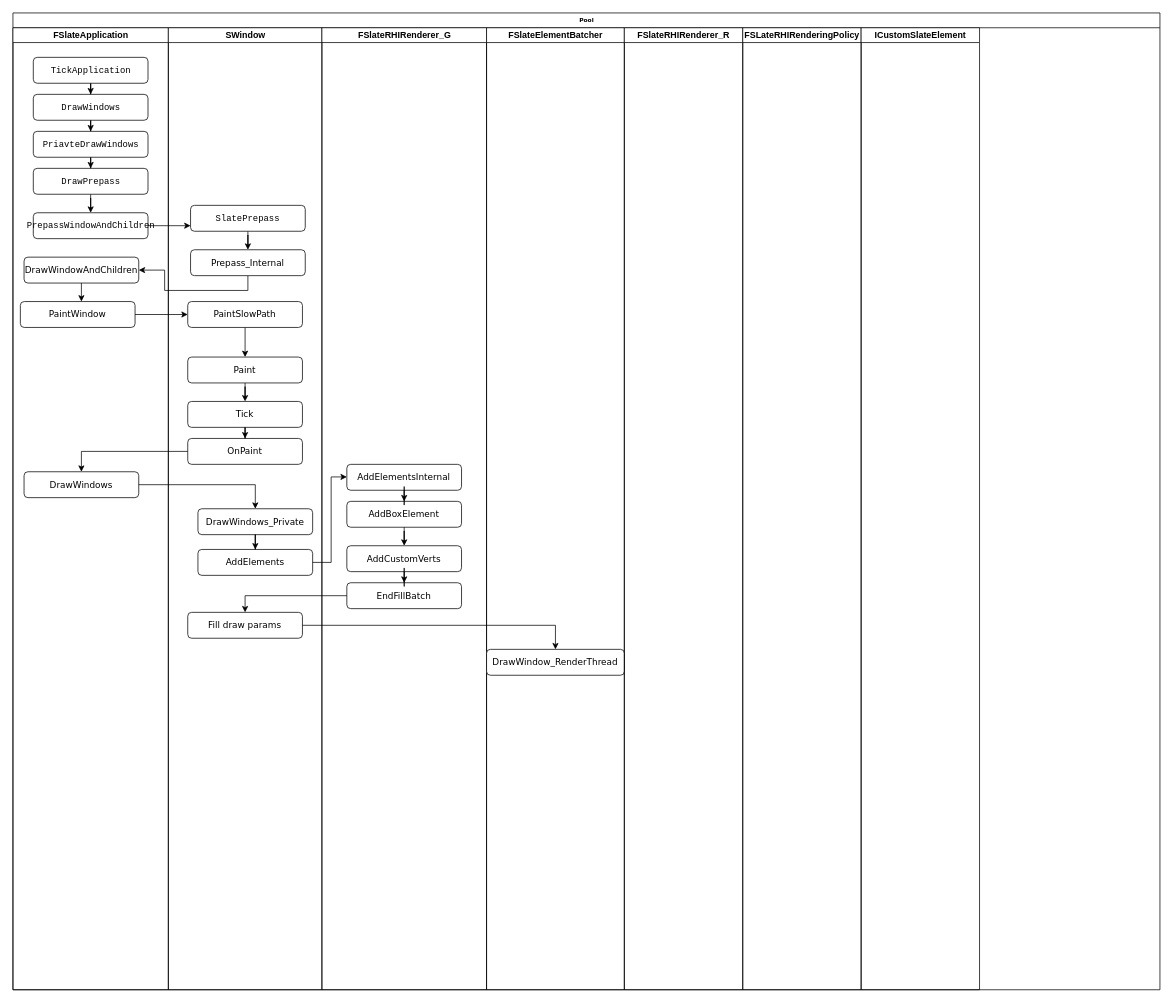
fdaf11/UML keeps this draw.io diagram as Slate绘制.drawio. Above is the earlier version. Source tidied: cells renumbered, new cells numbered last; positions are measured from the earlier drawing's top-left corner, leaving out a move shared by most shapes. Both pictures are drawn from the tidied source at 74%, with x=0, y=0 at pixel (13, 13).
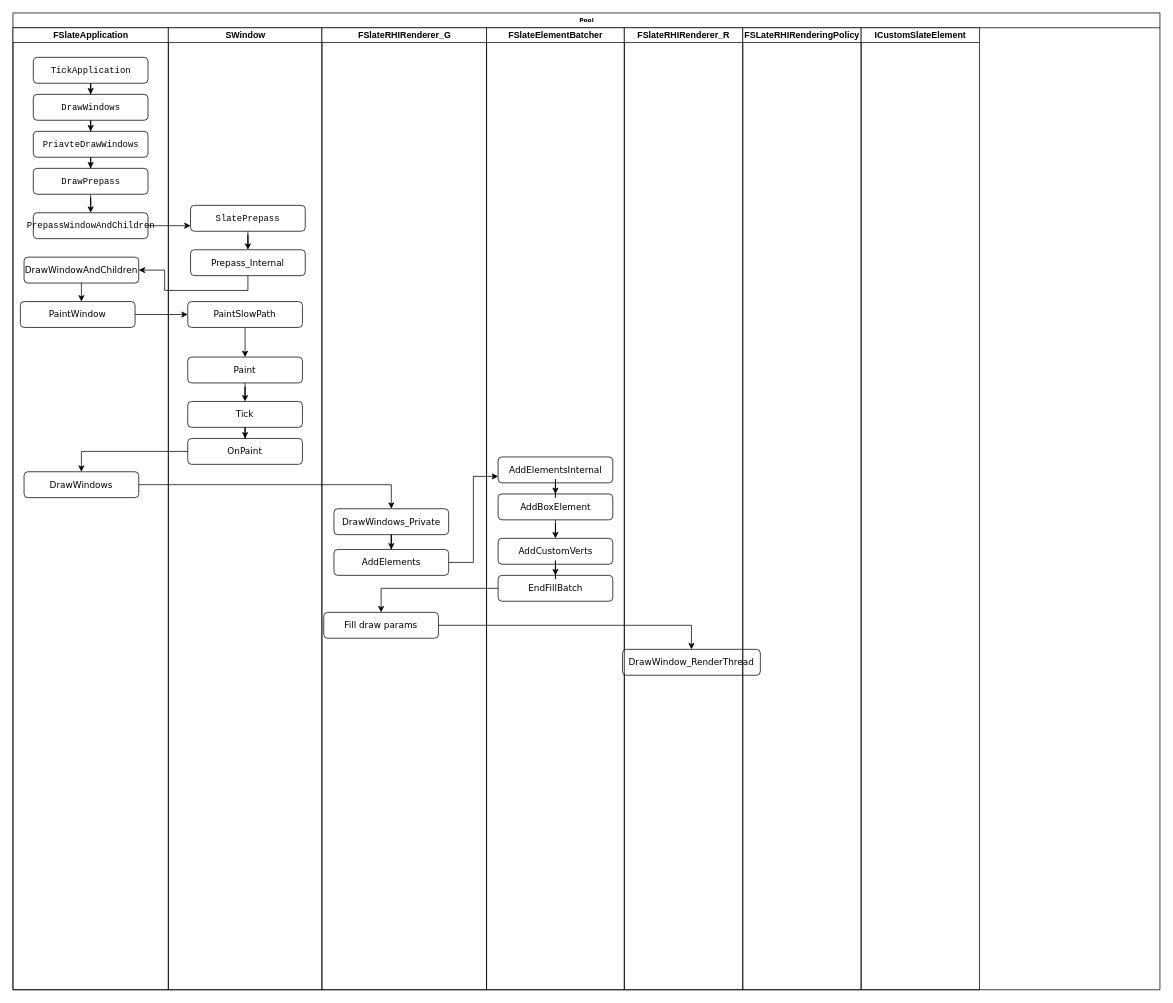
The same page after the edit.

Unchanged cells that the change refers to:
```xml
<mxCell id="28" value="FSlateElementBatcher" style="swimlane;html=1;startSize=20;" parent="2" vertex="1">
  <mxGeometry x="640" y="20" width="186.2" height="1300" as="geometry" />
</mxCell>
```

The edit, as a diff of the source:
```diff
@@
     <mxCell id="30" value="&lt;span style=&quot;font-size: 12px;&quot;&gt;DrawWindows_Priv&lt;/span&gt;&lt;span style=&quot;font-size: 12px;&quot;&gt;a&lt;/span&gt;&lt;span style=&quot;font-size: 12px;&quot;&gt;te&lt;/span&gt;" style="rounded=1;whiteSpace=wrap;html=1;shadow=0;labelBackgroundColor=none;strokeWidth=1;fontFamily=Verdana;fontSize=8;align=center;" parent="28" vertex="1">
-      <mxGeometry x="-390" y="650" width="155" height="35" as="geometry" />
+      <mxGeometry x="-206.2" y="650" width="155" height="35" as="geometry" />
     </mxCell>
+    <mxCell id="44" style="edgeStyle=orthogonalEdgeStyle;rounded=0;jettySize=auto;html=1;exitX=1;exitY=0.5;exitDx=0;exitDy=0;entryX=0;entryY=0.75;entryDx=0;entryDy=0;" parent="28" edge="1" source="31" target="36">
+      <mxGeometry relative="1" as="geometry" />
+    </mxCell>
     <mxCell id="31" value="&lt;span style=&quot;font-size: 12px;&quot;&gt;AddElements&lt;/span&gt;" style="rounded=1;whiteSpace=wrap;html=1;shadow=0;labelBackgroundColor=none;strokeWidth=1;fontFamily=Verdana;fontSize=8;align=center;" parent="28" vertex="1">
-      <mxGeometry x="-390" y="705" width="155" height="35" as="geometry" />
+      <mxGeometry x="-206.2" y="705" width="155" height="35" as="geometry" />
     </mxCell>
     <mxCell id="32" value="&lt;span style=&quot;font-size: 12px;&quot;&gt;Fill draw params&lt;/span&gt;" style="rounded=1;whiteSpace=wrap;html=1;shadow=0;labelBackgroundColor=none;strokeWidth=1;fontFamily=Verdana;fontSize=8;align=center;" parent="28" vertex="1">
-      <mxGeometry x="-403.8" y="790" width="155" height="35" as="geometry" />
+      <mxGeometry x="-220" y="790" width="155" height="35" as="geometry" />
     </mxCell>
     <mxCell id="33" value="&lt;span style=&quot;font-size: 12px;&quot;&gt;EndFillBatch&lt;/span&gt;" style="rounded=1;whiteSpace=wrap;html=1;shadow=0;labelBackgroundColor=none;strokeWidth=1;fontFamily=Verdana;fontSize=8;align=center;" parent="28" vertex="1">
-      <mxGeometry x="-188.8" y="750" width="155" height="35" as="geometry" />
+      <mxGeometry x="15.6" y="740" width="155" height="35" as="geometry" />
     </mxCell>
     <mxCell id="34" value="&lt;span style=&quot;font-size: 12px;&quot;&gt;AddCustomVerts&lt;/span&gt;" style="rounded=1;whiteSpace=wrap;html=1;shadow=0;labelBackgroundColor=none;strokeWidth=1;fontFamily=Verdana;fontSize=8;align=center;" parent="28" vertex="1">
-      <mxGeometry x="-188.8" y="700" width="155" height="35" as="geometry" />
+      <mxGeometry x="15.6" y="690" width="155" height="35" as="geometry" />
     </mxCell>
     <mxCell id="35" value="&lt;span style=&quot;font-size: 12px;&quot;&gt;AddBoxElement&lt;/span&gt;" style="rounded=1;whiteSpace=wrap;html=1;shadow=0;labelBackgroundColor=none;strokeWidth=1;fontFamily=Verdana;fontSize=8;align=center;" parent="28" vertex="1">
-      <mxGeometry x="-188.8" y="640" width="155" height="35" as="geometry" />
+      <mxGeometry x="15.6" y="630" width="155" height="35" as="geometry" />
     </mxCell>
     <mxCell id="36" value="&lt;span style=&quot;font-size: 12px;&quot;&gt;AddElementsInternal&lt;/span&gt;" style="rounded=1;whiteSpace=wrap;html=1;shadow=0;labelBackgroundColor=none;strokeWidth=1;fontFamily=Verdana;fontSize=8;align=center;" parent="28" vertex="1">
-      <mxGeometry x="-188.8" y="590" width="155" height="35" as="geometry" />
+      <mxGeometry x="15.6" y="580" width="155" height="35" as="geometry" />
     </mxCell>
@@
     <mxCell id="38" value="&lt;span style=&quot;font-size: 12px;&quot;&gt;DrawWindow_RenderThread&lt;/span&gt;" style="rounded=1;whiteSpace=wrap;html=1;shadow=0;labelBackgroundColor=none;strokeWidth=1;fontFamily=Verdana;fontSize=8;align=center;" parent="28" vertex="1">
-      <mxGeometry y="840" width="186.2" height="35" as="geometry" />
+      <mxGeometry x="183.8" y="840" width="186.2" height="35" as="geometry" />
     </mxCell>
@@
-    <mxCell id="44" style="edgeStyle=orthogonalEdgeStyle;rounded=0;jettySize=auto;html=1;" parent="28" edge="1" source="31" target="36">
-      <mxGeometry relative="1" as="geometry">
-        <Array as="points">
-          <mxPoint x="-210" y="723" />
-          <mxPoint x="-210" y="607" />
-        </Array>
-      </mxGeometry>
-    </mxCell>
```
